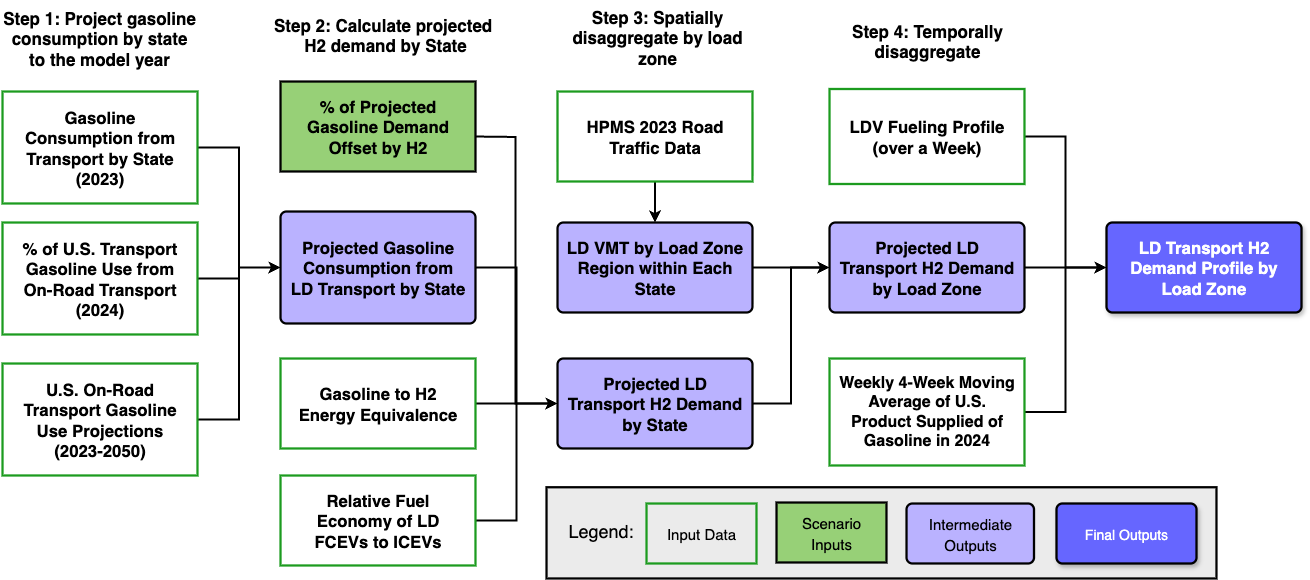
The draw.io diagram transport/ld_transport_methodology.drawio.png in nkong1/wecc-h2-demand, before a commit. Source tidied: cells renumbered, new cells last; positions are measured from the earlier drawing's top-left corner, leaving out a move shared by most shapes.
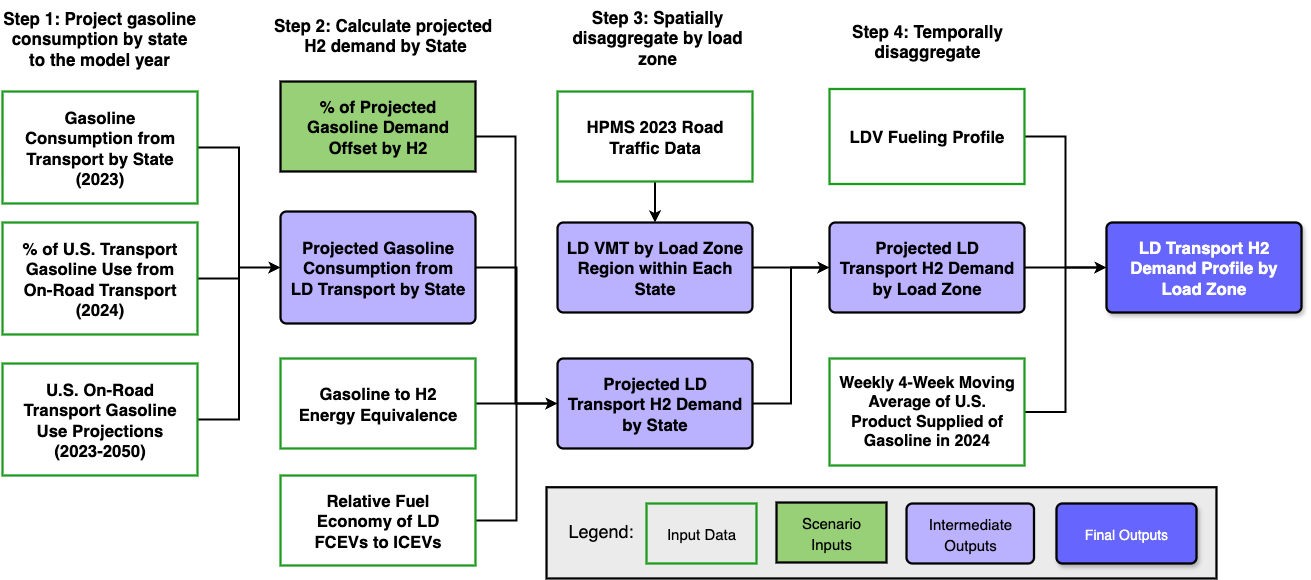
The same diagram one commit later.

The edit, as a diff of the source:
```diff
@@ -44,7 +44,7 @@
     <mxCell id="15" style="edgeStyle=orthogonalEdgeStyle;rounded=0;jettySize=auto;html=1;exitX=1;exitY=0.5;exitDx=0;exitDy=0;entryX=0;entryY=0.5;entryDx=0;entryDy=0;strokeWidth=2;" parent="1" edge="1" source="16" target="32">
       <mxGeometry relative="1" as="geometry" />
     </mxCell>
-    <mxCell id="16" value="LDV Fueling Profile (over a Week)" style="html=1;overflow=block;blockSpacing=1;whiteSpace=wrap;fontSize=16.8;fontStyle=1;align=center;spacing=9;strokeOpacity=100;fillOpacity=100;rounded=0;absoluteArcSize=1;arcSize=12;strokeWidth=2.3;lucidId=vB_j5El_Hg4W;strokeColor=#1C9B1F;" parent="1" vertex="1">
+    <mxCell id="16" value="LDV Fueling Profile" style="html=1;overflow=block;blockSpacing=1;whiteSpace=wrap;fontSize=16.8;fontStyle=1;align=center;spacing=9;strokeOpacity=100;fillOpacity=100;rounded=0;absoluteArcSize=1;arcSize=12;strokeWidth=2.3;lucidId=vB_j5El_Hg4W;strokeColor=#1C9B1F;" parent="1" vertex="1">
       <mxGeometry x="830" y="89.5" width="195" height="95" as="geometry" />
     </mxCell>
     <mxCell id="17" style="edgeStyle=orthogonalEdgeStyle;rounded=0;jettySize=auto;html=1;exitX=1;exitY=0.5;exitDx=0;exitDy=0;entryX=0;entryY=0.5;entryDx=0;entryDy=0;strokeWidth=2;" parent="1" edge="1" target="12">
```
